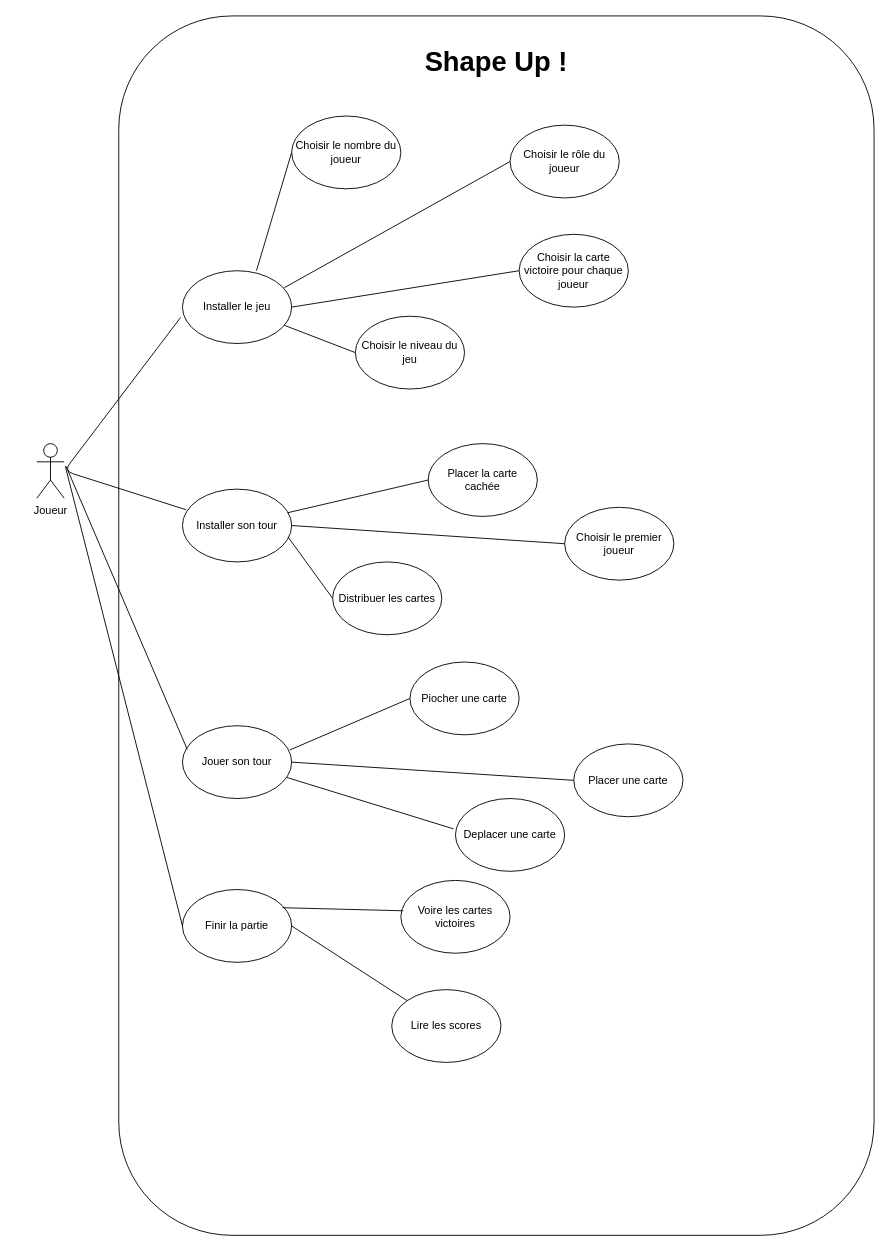
This is useCase.drawio from codingTheWorld777/Diagrams-Project_SHAPE_UP, a draw.io file, before an edit. Source tidied: cells renumbered, new cells numbered last; positions are measured from the earlier drawing's top-left corner, leaving out a move shared by most shapes. Both pictures are drawn from the tidied source at 91%, with x=0, y=0 at pixel (36, 15).
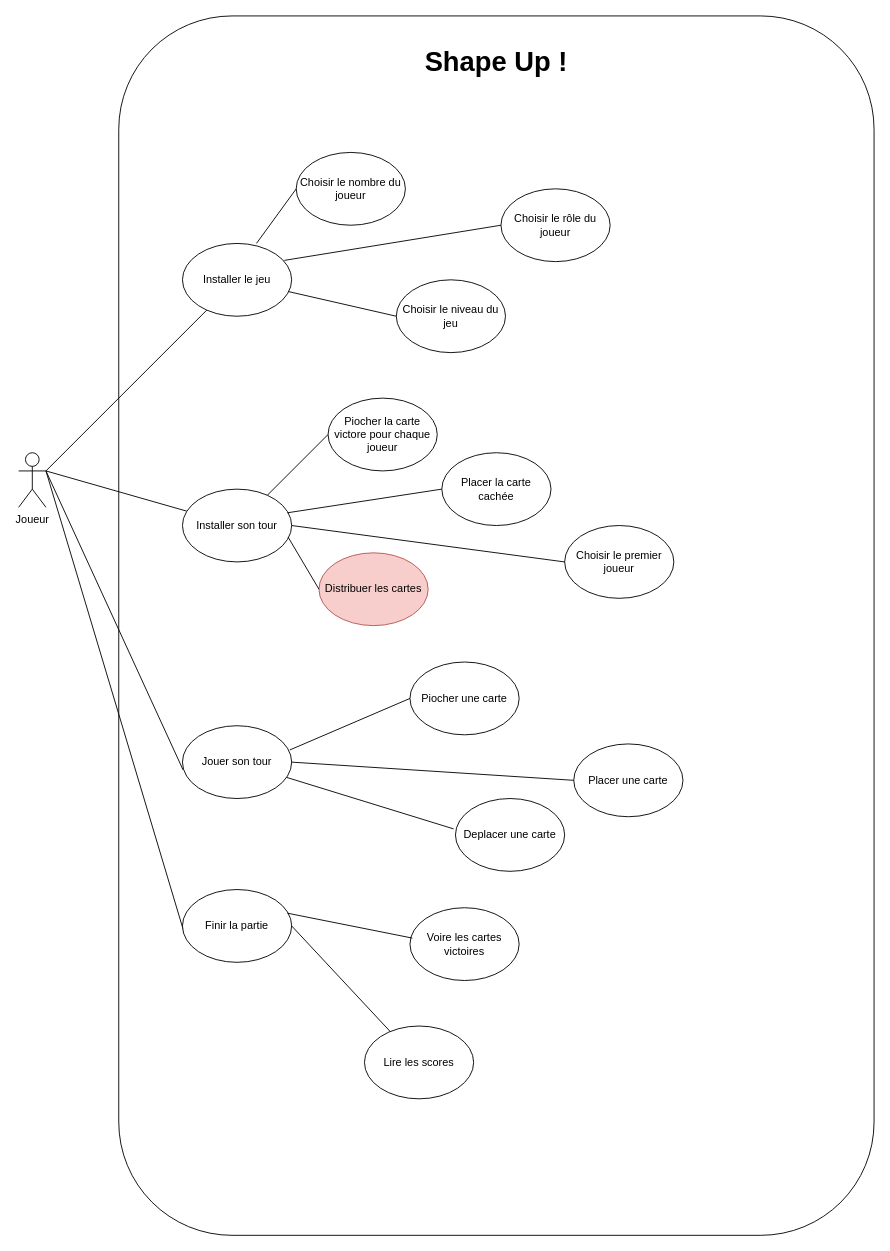
After the change.

Unchanged cells that the change refers to:
```xml
<mxCell id="5" value="Installer son tour" style="ellipse;whiteSpace=wrap;html=1;" parent="1" vertex="1">
  <mxGeometry x="160" y="520" width="120" height="80" as="geometry" />
</mxCell>
<mxCell id="6" value="Jouer son tour" style="ellipse;whiteSpace=wrap;html=1;" parent="1" vertex="1">
  <mxGeometry x="160" y="780" width="120" height="80" as="geometry" />
</mxCell>
<mxCell id="10" value="Finir la partie" style="ellipse;whiteSpace=wrap;html=1;" parent="1" vertex="1">
  <mxGeometry x="160" y="960" width="120" height="80" as="geometry" />
</mxCell>
```

Diff of the diagram source:
```diff
@@
+    <mxCell id="35" style="rounded=0;jettySize=auto;html=1;exitX=1;exitY=0.3333333333333333;exitDx=0;exitDy=0;exitPerimeter=0;endArrow=none;endFill=0;" parent="1" edge="1" source="3" target="4">
+      <mxGeometry relative="1" as="geometry" />
+    </mxCell>
+    <mxCell id="36" style="edgeStyle=none;rounded=0;jettySize=auto;html=1;endArrow=none;endFill=0;exitX=1;exitY=0.3333333333333333;exitDx=0;exitDy=0;exitPerimeter=0;entryX=0.017;entryY=0.6;entryDx=0;entryDy=0;entryPerimeter=0;" parent="1" edge="1" source="3" target="10">
+      <mxGeometry relative="1" as="geometry" />
+    </mxCell>
+    <mxCell id="37" style="edgeStyle=none;rounded=0;jettySize=auto;html=1;endArrow=none;endFill=0;entryX=0.006;entryY=0.608;entryDx=0;entryDy=0;entryPerimeter=0;exitX=1;exitY=0.3333333333333333;exitDx=0;exitDy=0;exitPerimeter=0;" parent="1" edge="1" source="3" target="6">
+      <mxGeometry relative="1" as="geometry" />
+    </mxCell>
+    <mxCell id="38" style="edgeStyle=none;rounded=0;jettySize=auto;html=1;endArrow=none;endFill=0;exitX=1;exitY=0.3333333333333333;exitDx=0;exitDy=0;exitPerimeter=0;" parent="1" edge="1" source="3" target="5">
+      <mxGeometry relative="1" as="geometry" />
+    </mxCell>
     <mxCell id="3" value="Joueur" style="shape=umlActor;verticalLabelPosition=bottom;verticalAlign=top;html=1;outlineConnect=0;" parent="1" vertex="1">
-      <mxGeometry y="470" width="30" height="60" as="geometry" />
+      <mxGeometry x="-20" y="480" width="30" height="60" as="geometry" />
     </mxCell>
     <mxCell id="4" value="Installer le jeu" style="ellipse;whiteSpace=wrap;html=1;" parent="1" vertex="1">
-      <mxGeometry x="160" y="280" width="120" height="80" as="geometry" />
+      <mxGeometry x="160" y="250" width="120" height="80" as="geometry" />
     </mxCell>
@@
     <mxCell id="7" value="Choisir le rôle du joueur" style="ellipse;whiteSpace=wrap;html=1;" parent="1" vertex="1">
-      <mxGeometry x="520" y="120" width="120" height="80" as="geometry" />
+      <mxGeometry x="510" y="190" width="120" height="80" as="geometry" />
     </mxCell>
     <mxCell id="8" value="Choisir le niveau du jeu" style="ellipse;whiteSpace=wrap;html=1;" parent="1" vertex="1">
-      <mxGeometry x="350" y="330" width="120" height="80" as="geometry" />
+      <mxGeometry x="395" y="290" width="120" height="80" as="geometry" />
     </mxCell>
     <mxCell id="9" value="Choisir le nombre du joueur" style="ellipse;whiteSpace=wrap;html=1;" parent="1" vertex="1">
-      <mxGeometry x="280" y="110" width="120" height="80" as="geometry" />
+      <mxGeometry x="285" y="150" width="120" height="80" as="geometry" />
     </mxCell>
@@
-    <mxCell id="11" style="endArrow=none;html=1;entryX=-0.017;entryY=0.642;entryDx=0;entryDy=0;entryPerimeter=0;exitX=0.033;exitY=0.283;exitDx=0;exitDy=0;exitPerimeter=0;" parent="1" edge="1" source="5" target="4">
-      <mxGeometry relative="1" as="geometry">
-        <Array as="points">
-          <mxPoint x="30" y="500" />
-        </Array>
-      </mxGeometry>
-    </mxCell>
-    <mxCell id="12" style="endArrow=none;html=1;exitX=0.044;exitY=0.325;exitDx=0;exitDy=0;exitPerimeter=0;entryX=0;entryY=0.5;entryDx=0;entryDy=0;" parent="1" edge="1" source="6" target="10">
-      <mxGeometry relative="1" as="geometry">
-        <Array as="points">
-          <mxPoint x="30" y="490" />
-        </Array>
-      </mxGeometry>
-    </mxCell>
     <mxCell id="13" value="Placer la carte cachée" style="ellipse;whiteSpace=wrap;html=1;" parent="1" vertex="1">
-      <mxGeometry x="430" y="470" width="120" height="80" as="geometry" />
+      <mxGeometry x="445" y="480" width="120" height="80" as="geometry" />
     </mxCell>
     <mxCell id="14" value="Choisir le premier joueur" style="ellipse;whiteSpace=wrap;html=1;" parent="1" vertex="1">
-      <mxGeometry x="580" y="540" width="120" height="80" as="geometry" />
+      <mxGeometry x="580" y="560" width="120" height="80" as="geometry" />
     </mxCell>
-    <mxCell id="15" value="Distribuer les cartes" style="ellipse;whiteSpace=wrap;html=1;" parent="1" vertex="1">
-      <mxGeometry x="325" y="600" width="120" height="80" as="geometry" />
+    <mxCell id="15" value="Distribuer les cartes" style="ellipse;whiteSpace=wrap;html=1;fillColor=#f8cecc;strokeColor=#b85450;" parent="1" vertex="1">
+      <mxGeometry x="310" y="590" width="120" height="80" as="geometry" />
     </mxCell>
@@
     <mxCell id="19" value="Voire les cartes victoires" style="ellipse;whiteSpace=wrap;html=1;" parent="1" vertex="1">
-      <mxGeometry x="400" y="950" width="120" height="80" as="geometry" />
+      <mxGeometry x="410" y="980" width="120" height="80" as="geometry" />
     </mxCell>
     <mxCell id="20" value="Lire les scores" style="ellipse;whiteSpace=wrap;html=1;" parent="1" vertex="1">
-      <mxGeometry x="390" y="1070" width="120" height="80" as="geometry" />
+      <mxGeometry x="360" y="1110" width="120" height="80" as="geometry" />
     </mxCell>
-    <mxCell id="21" value="Choisir la carte victoire pour chaque joueur" style="ellipse;whiteSpace=wrap;html=1;" parent="1" vertex="1">
-      <mxGeometry x="530" y="240" width="120" height="80" as="geometry" />
-    </mxCell>
@@
-    <mxCell id="25" style="endArrow=none;html=1;exitX=1;exitY=0.5;exitDx=0;exitDy=0;entryX=0;entryY=0.5;entryDx=0;entryDy=0;" parent="1" edge="1" source="4" target="21">
-      <mxGeometry relative="1" as="geometry" />
-    </mxCell>
@@
-    <mxCell id="32" style="endArrow=none;html=1;entryX=0.022;entryY=0.417;entryDx=0;entryDy=0;entryPerimeter=0;" parent="1" edge="1" target="19">
-      <mxGeometry relative="1" as="geometry">
-        <mxPoint x="270" y="980" as="sourcePoint" />
-      </mxGeometry>
+    <mxCell id="32" style="endArrow=none;html=1;entryX=0.022;entryY=0.417;entryDx=0;entryDy=0;entryPerimeter=0;exitX=0.961;exitY=0.325;exitDx=0;exitDy=0;exitPerimeter=0;" parent="1" edge="1" source="10" target="19">
+      <mxGeometry relative="1" as="geometry" />
     </mxCell>
@@
+    <mxCell id="39" value="Piocher la carte victore pour chaque joueur" style="ellipse;whiteSpace=wrap;html=1;" parent="1" vertex="1">
+      <mxGeometry x="320" y="420" width="120" height="80" as="geometry" />
+    </mxCell>
+    <mxCell id="40" style="endArrow=none;html=1;entryX=0;entryY=0.5;entryDx=0;entryDy=0;" parent="1" edge="1" source="5" target="39">
+      <mxGeometry relative="1" as="geometry" />
+    </mxCell>
```
